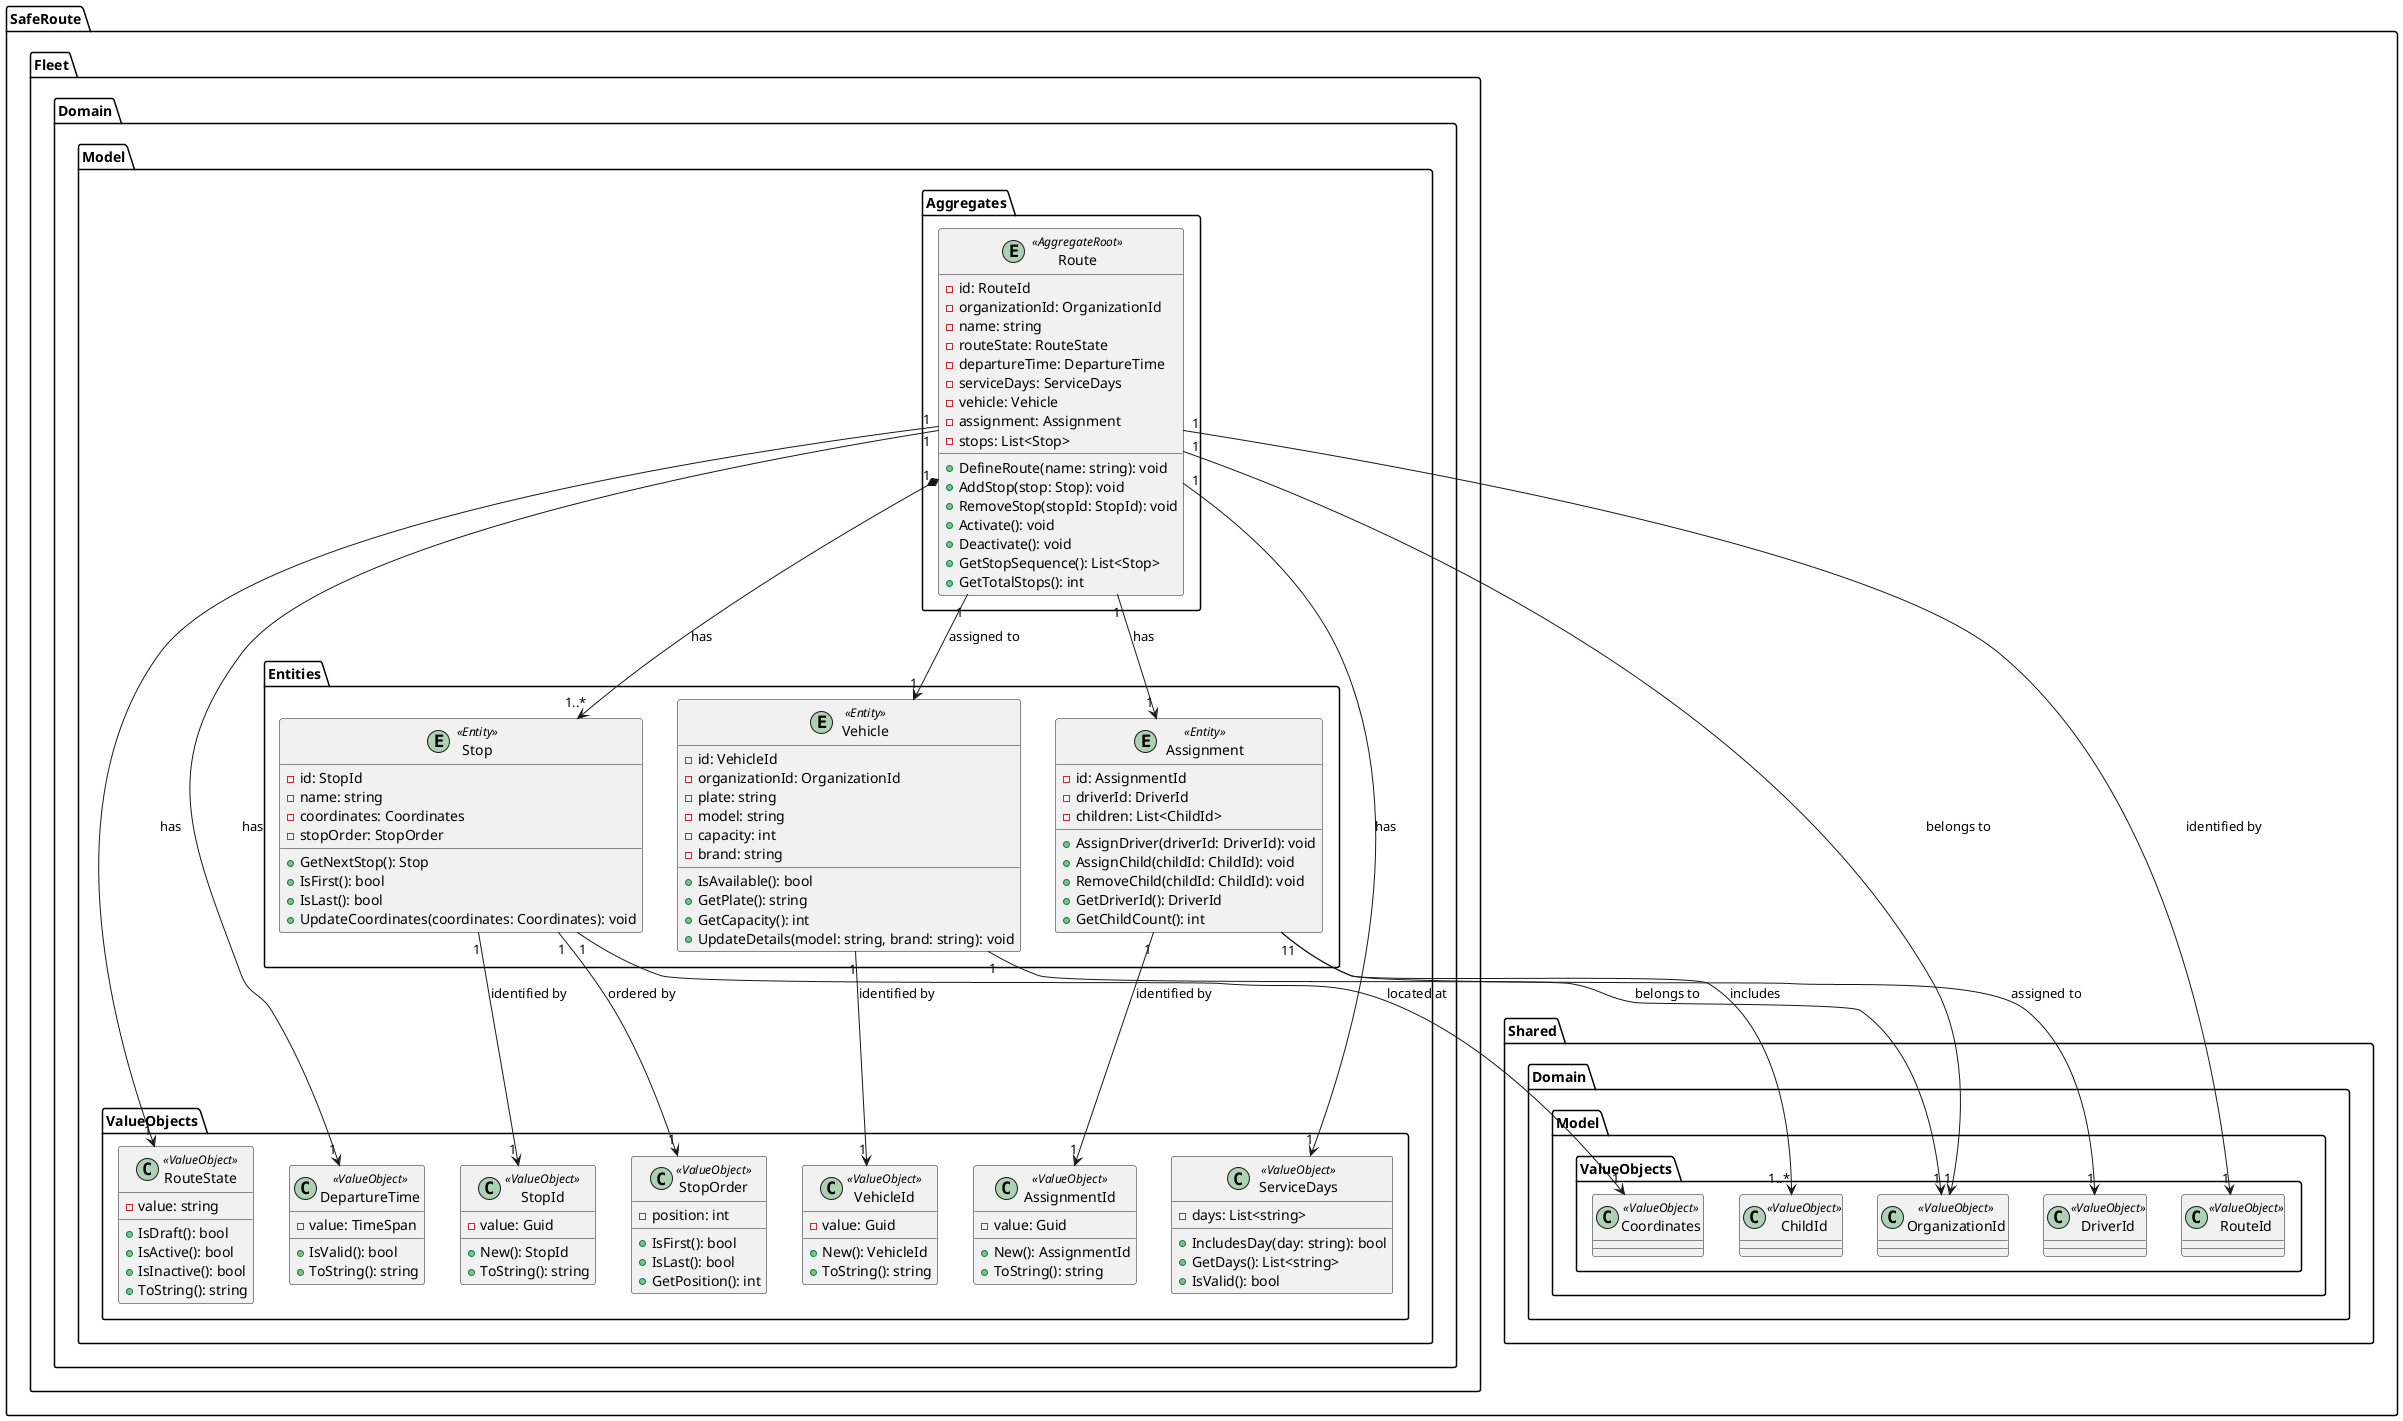
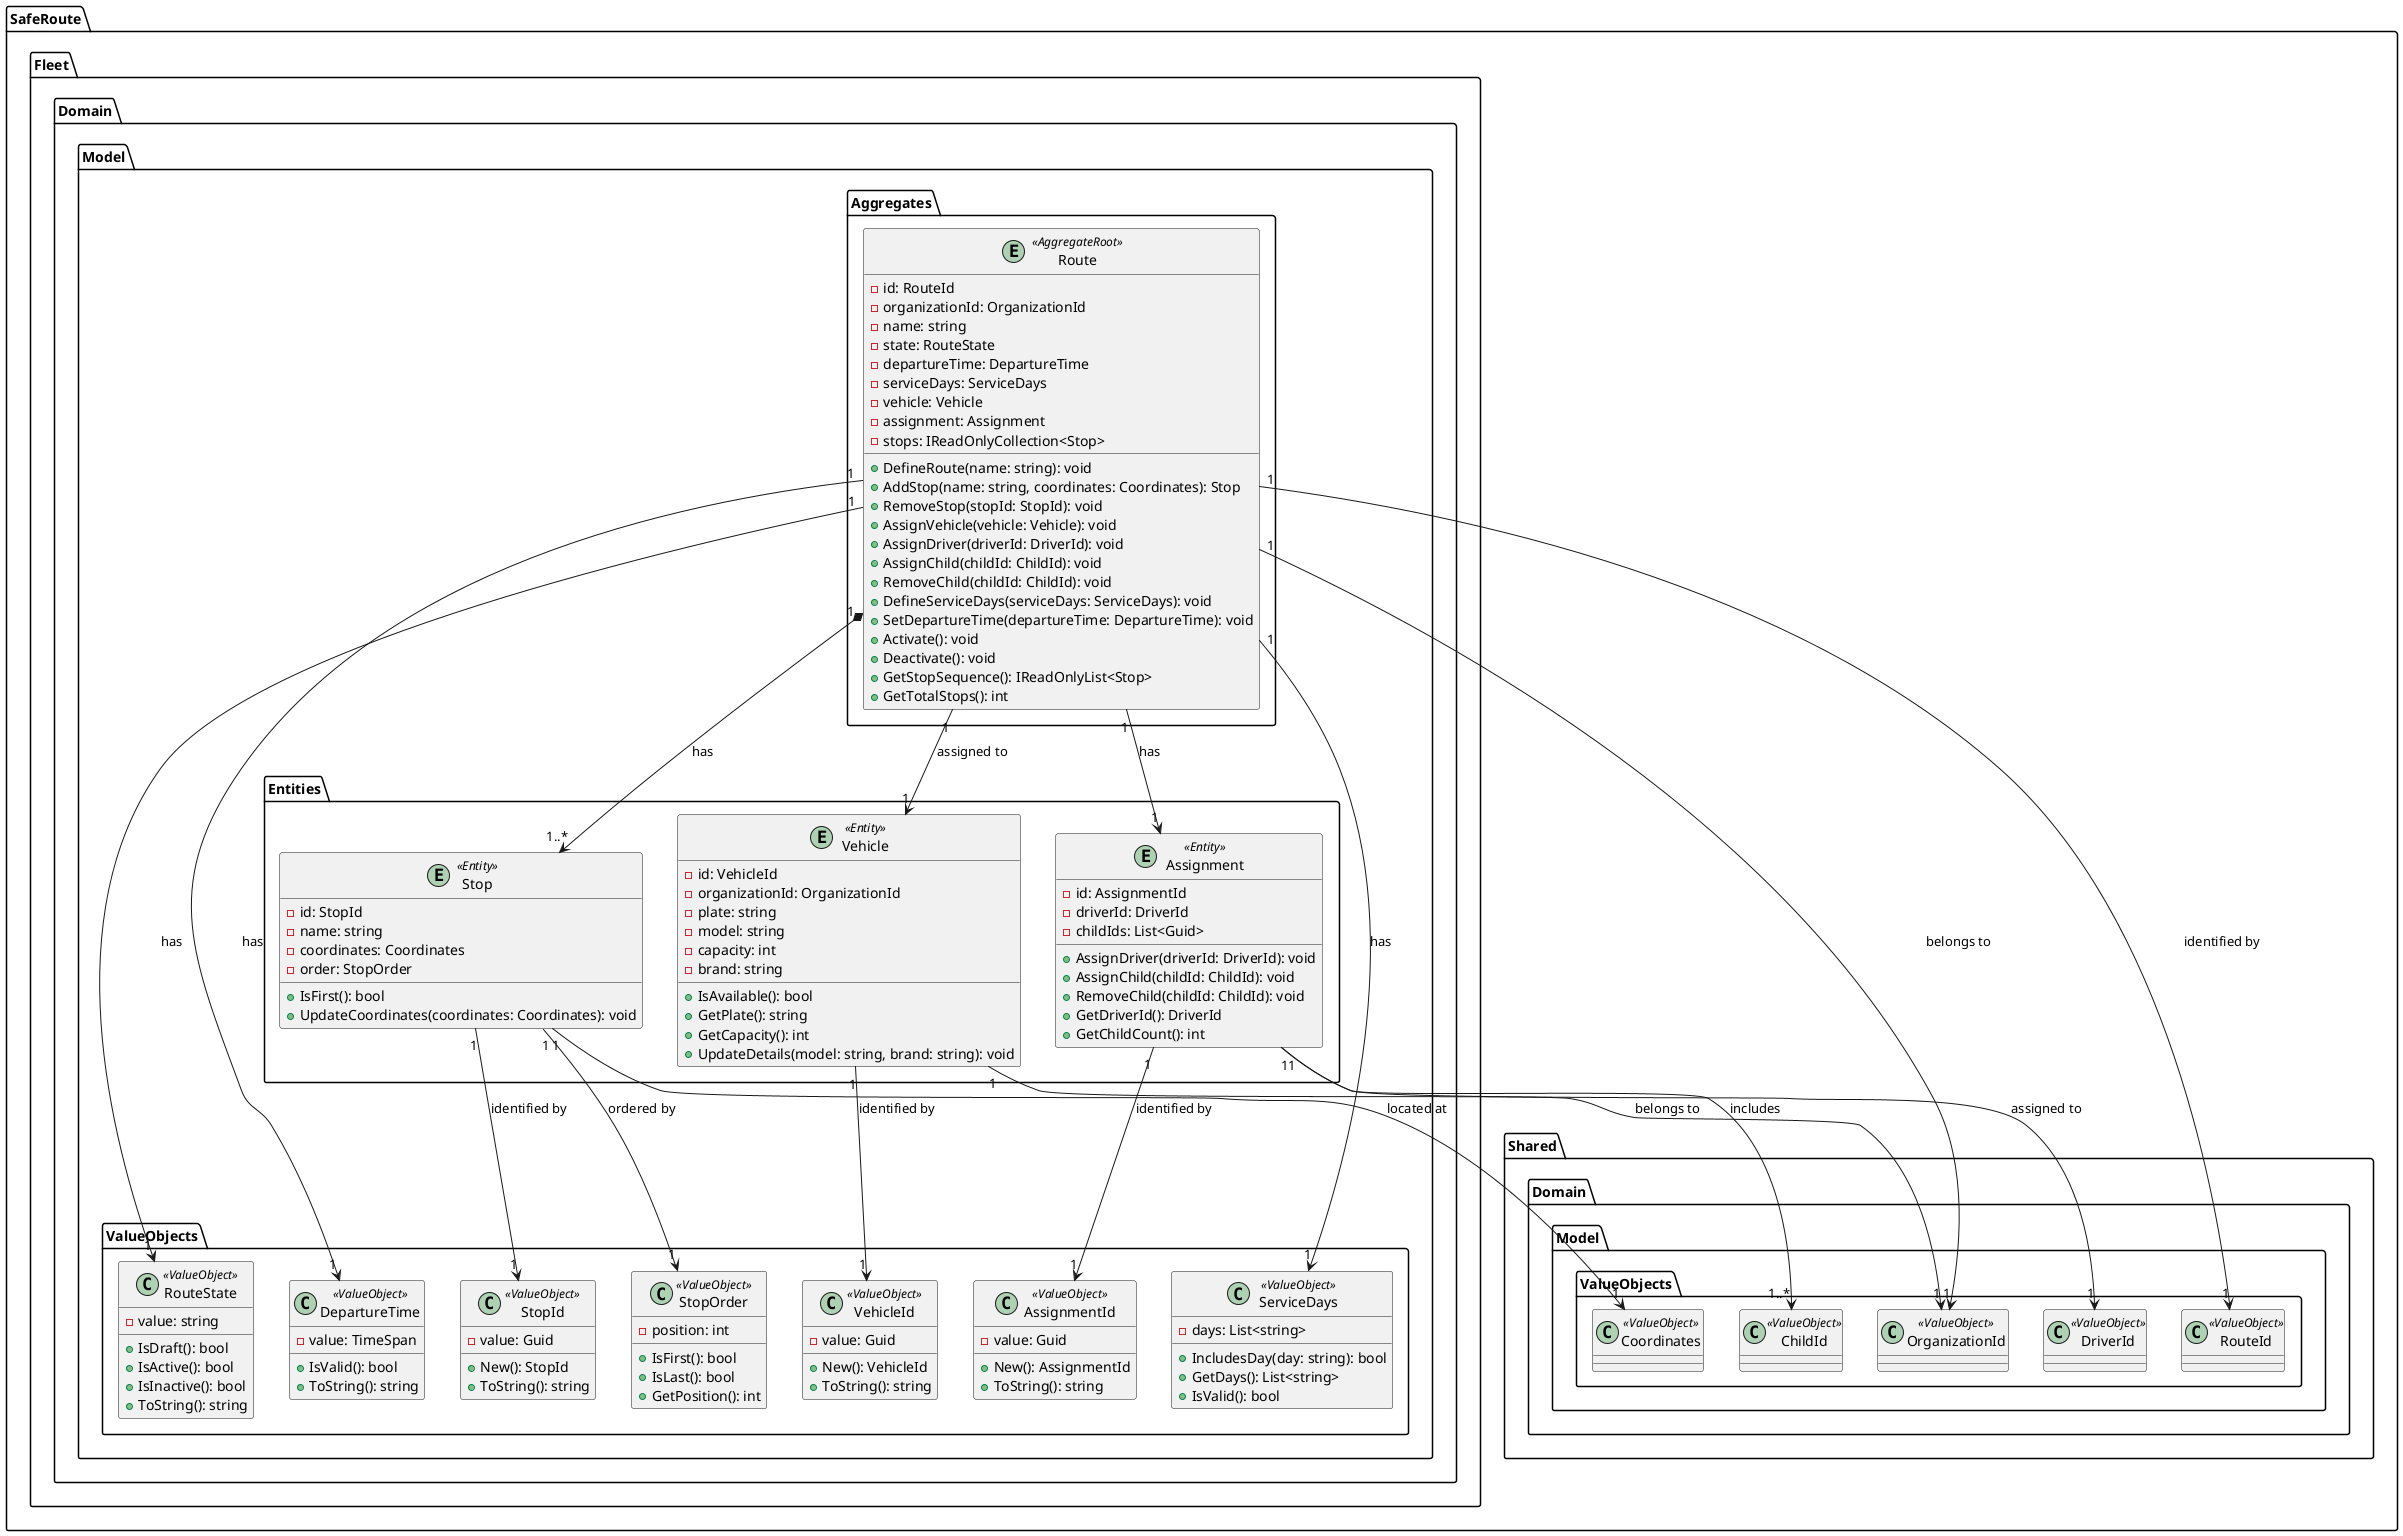
@startuml
skinparam monochrome false

package "SafeRoute.Fleet.Domain.Model.Aggregates" {
  entity "Route" as Route <<AggregateRoot>> {
    -id: RouteId
    -organizationId: OrganizationId
    -name: string
-     -routeState: RouteState
+     -state: RouteState
    -departureTime: DepartureTime
    -serviceDays: ServiceDays
    -vehicle: Vehicle
    -assignment: Assignment
-     -stops: List<Stop>
+     -stops: IReadOnlyCollection<Stop>
    +DefineRoute(name: string): void
-     +AddStop(stop: Stop): void
+     +AddStop(name: string, coordinates: Coordinates): Stop
    +RemoveStop(stopId: StopId): void
+     +AssignVehicle(vehicle: Vehicle): void
+     +AssignDriver(driverId: DriverId): void
+     +AssignChild(childId: ChildId): void
+     +RemoveChild(childId: ChildId): void
+     +DefineServiceDays(serviceDays: ServiceDays): void
+     +SetDepartureTime(departureTime: DepartureTime): void
    +Activate(): void
    +Deactivate(): void
-     +GetStopSequence(): List<Stop>
+     +GetStopSequence(): IReadOnlyList<Stop>
    +GetTotalStops(): int
  }
}

package "SafeRoute.Fleet.Domain.Model.Entities" {
  entity "Stop" as Stop <<Entity>> {
    -id: StopId
    -name: string
    -coordinates: Coordinates
-     -stopOrder: StopOrder
-     +GetNextStop(): Stop
+     -order: StopOrder
    +IsFirst(): bool
-     +IsLast(): bool
    +UpdateCoordinates(coordinates: Coordinates): void
  }

  entity "Vehicle" as Vehicle <<Entity>> {
    -id: VehicleId
    -organizationId: OrganizationId
    -plate: string
    -model: string
    -capacity: int
    -brand: string
    +IsAvailable(): bool
    +GetPlate(): string
    +GetCapacity(): int
    +UpdateDetails(model: string, brand: string): void
  }

  entity "Assignment" as Assignment <<Entity>> {
    -id: AssignmentId
    -driverId: DriverId
-     -children: List<ChildId>
+     -childIds: List<Guid>
    +AssignDriver(driverId: DriverId): void
    +AssignChild(childId: ChildId): void
    +RemoveChild(childId: ChildId): void
    +GetDriverId(): DriverId
    +GetChildCount(): int
  }
}

package "SafeRoute.Fleet.Domain.Model.ValueObjects" {
  class "StopId" as StopId <<ValueObject>> {
    -value: Guid
    +New(): StopId
    +ToString(): string
  }

  class "VehicleId" as VehicleId <<ValueObject>> {
    -value: Guid
    +New(): VehicleId
    +ToString(): string
  }

  class "AssignmentId" as AssignmentId <<ValueObject>> {
    -value: Guid
    +New(): AssignmentId
    +ToString(): string
  }

  class "RouteState" as RouteState <<ValueObject>> {
    -value: string
    +IsDraft(): bool
    +IsActive(): bool
    +IsInactive(): bool
    +ToString(): string
  }

  class "StopOrder" as StopOrder <<ValueObject>> {
    -position: int
    +IsFirst(): bool
    +IsLast(): bool
    +GetPosition(): int
  }

  class "DepartureTime" as DepartureTime <<ValueObject>> {
    -value: TimeSpan
    +IsValid(): bool
    +ToString(): string
  }

  class "ServiceDays" as ServiceDays <<ValueObject>> {
    -days: List<string>
    +IncludesDay(day: string): bool
    +GetDays(): List<string>
    +IsValid(): bool
  }
}

' ─── Shared ──────────────────────────────────────────────────────────────────
package "SafeRoute.Shared.Domain.Model.ValueObjects" {
  class "OrganizationId" as SharedOrganizationId <<ValueObject>> {
  }
  class "RouteId" as SharedRouteId <<ValueObject>> {
  }
  class "DriverId" as SharedDriverId <<ValueObject>> {
  }
  class "ChildId" as SharedChildId <<ValueObject>> {
  }
  class "Coordinates" as SharedCoordinates <<ValueObject>> {
  }
}

Route "1" --> "1" SharedRouteId : identified by
Route "1" --> "1" SharedOrganizationId : belongs to
Route "1" --> "1" RouteState : has
Route "1" --> "1" DepartureTime : has
Route "1" --> "1" ServiceDays : has
Route "1" --> "1" Vehicle : assigned to
Route "1" --> "1" Assignment : has
Route "1" *--> "1..*" Stop : has
Stop "1" --> "1" StopId : identified by
Stop "1" --> "1" SharedCoordinates : located at
Stop "1" --> "1" StopOrder : ordered by
Vehicle "1" --> "1" VehicleId : identified by
Vehicle "1" --> "1" SharedOrganizationId : belongs to
Assignment "1" --> "1" AssignmentId : identified by
Assignment "1" --> "1" SharedDriverId : assigned to
Assignment "1" --> "1..*" SharedChildId : includes

@enduml
